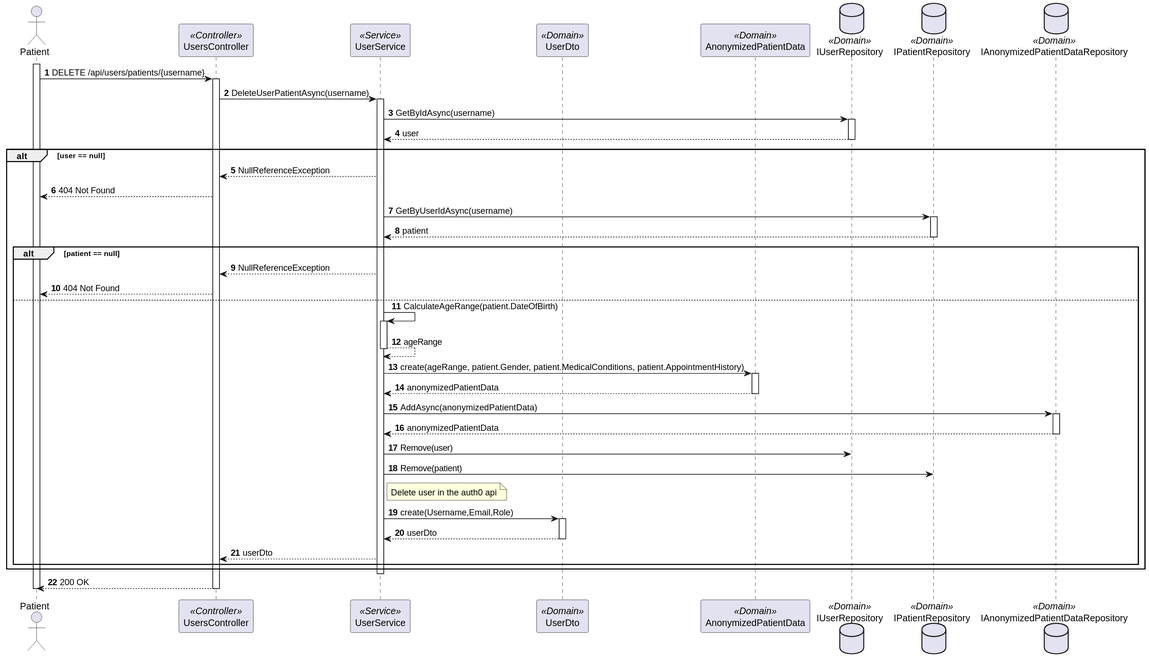
The PlantUML diagram docs/sprint-a/us-5.1.5/views/level3/process-view-2.svg in 1220846/sem5pi-24-25-3ddg20, before a commit.
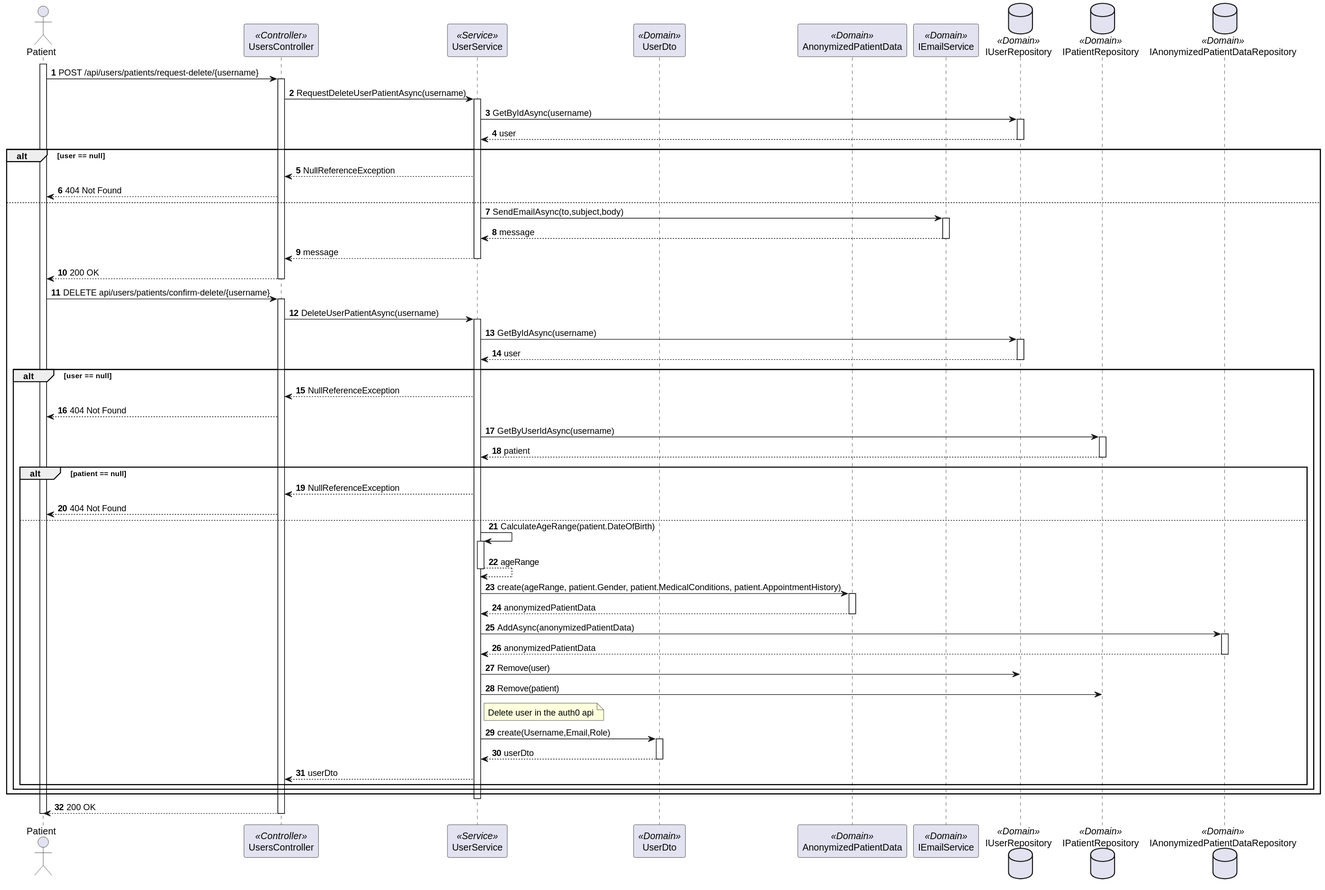
After the change.

Commit message:
feat: implementation delete-user-patient and fix documentation #5

Diff of the diagram source:
```diff
@@ -6,13 +6,53 @@
 participant "UserService" as Service <<Service>>
 participant "UserDto" as UserDto <<Domain>>
 participant "AnonymizedPatientData" as AnonymizedPatientData <<Domain>>
+participant "IEmailService" as IEmailService <<Domain>>
 database "IUserRepository" as UserRepository <<Domain>>
 database "IPatientRepository" as PatientRepository <<Domain>>
 database "IAnonymizedPatientDataRepository" as AnonymizedPatientDataRepository <<Domain>>
 
 activate PatientActor
 
-    PatientActor-> Controller : DELETE /api/users/patients/{username}
+    PatientActor-> Controller : POST /api/users/patients/request-delete/{username}
+
+    activate Controller
+
+        Controller -> Service : RequestDeleteUserPatientAsync(username)
+
+            activate Service
+
+                Service -> UserRepository : GetByIdAsync(username)
+
+                activate UserRepository
+
+                    UserRepository --> Service  : user
+
+                deactivate UserRepository
+
+                alt user == null
+
+                    Service --> Controller : NullReferenceException
+
+                    PatientActor <-- Controller : 404 Not Found
+                else
+
+                Service -> IEmailService : SendEmailAsync(to,subject,body)
+
+                activate  IEmailService
+
+                    IEmailService --> Service : message
+
+                deactivate IEmailService
+
+                Service --> Controller : message
+
+            deactivate Service
+
+        Controller --> PatientActor : 200 OK
+
+    deactivate Controller
+
+    PatientActor-> Controller : DELETE api/users/patients/confirm-delete/{username}
 
     activate Controller
 
@@ -91,6 +131,7 @@
                 Service --> Controller : userDto
             end
             end
+            end
 
         deactivate Service
 
```
